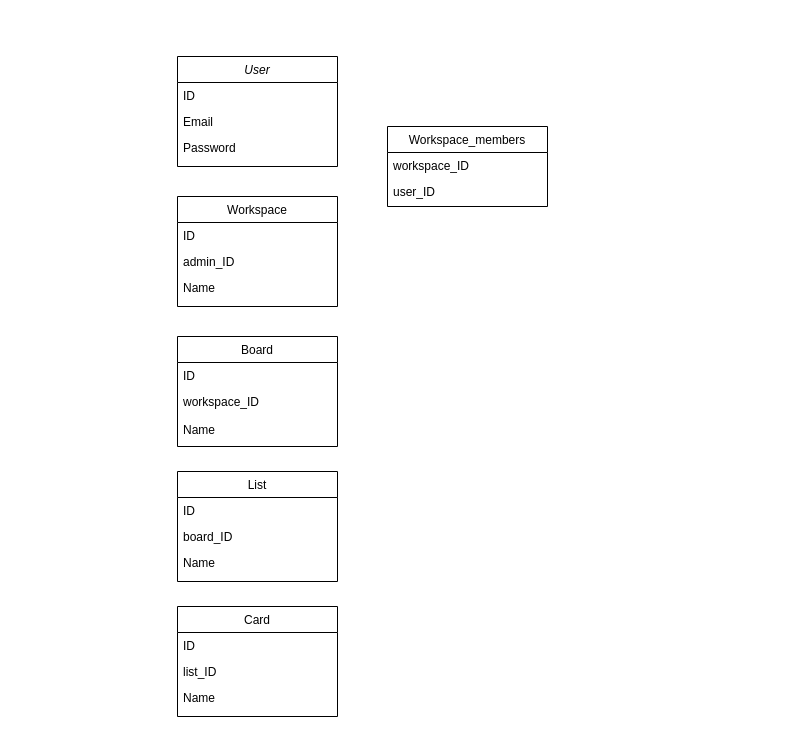
This is Untitled Diagram.drawio from Trello-Foxtrot/Trello_backend, a draw.io file, before an edit. Source tidied: cells renumbered, new cells numbered last; positions are measured from the earlier drawing's top-left corner, leaving out a move shared by most shapes. Both pictures are drawn from the tidied source at 100%, with x=0, y=0 at pixel (177, 56).
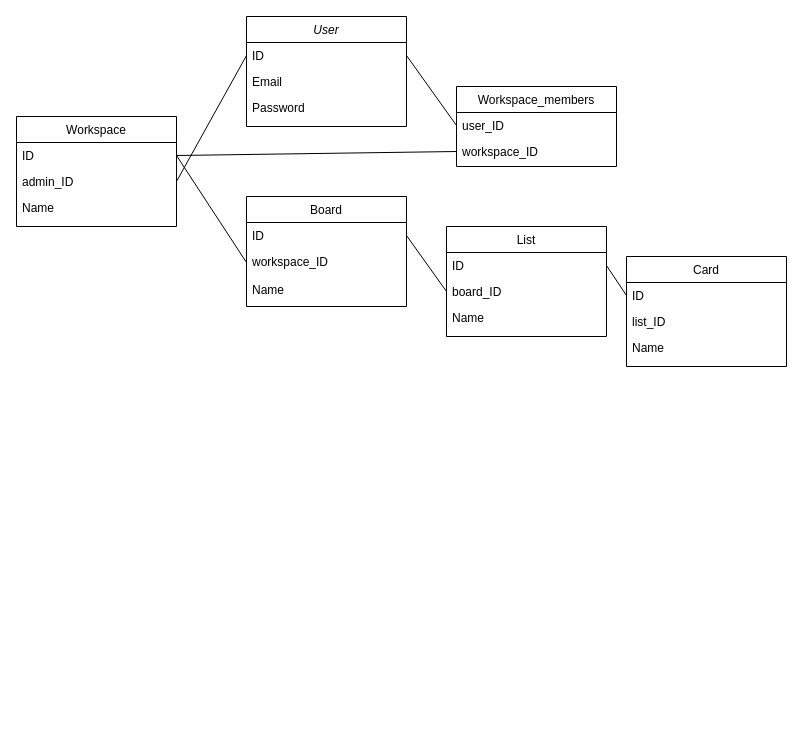
Above is the later version.

The change refers to these unchanged cells:
```xml
<mxCell id="3" value="ID" style="text;align=left;verticalAlign=top;spacingLeft=4;spacingRight=4;overflow=hidden;points=[[0,0.5],[1,0.5]];portConstraint=eastwest;" parent="2" vertex="1">
  <mxGeometry y="26" width="160" height="26" as="geometry" />
</mxCell>
<mxCell id="7" value="ID" style="text;align=left;verticalAlign=top;spacingLeft=4;spacingRight=4;overflow=hidden;points=[[0,0.5],[1,0.5]];portConstraint=eastwest;" parent="6" vertex="1">
  <mxGeometry y="26" width="160" height="26" as="geometry" />
</mxCell>
<mxCell id="8" value="admin_ID" style="text;align=left;verticalAlign=top;spacingLeft=4;spacingRight=4;overflow=hidden;points=[[0,0.5],[1,0.5]];portConstraint=eastwest;rounded=0;shadow=0;html=0;" parent="6" vertex="1">
  <mxGeometry y="52" width="160" height="26" as="geometry" />
</mxCell>
<mxCell id="11" value="ID" style="text;align=left;verticalAlign=top;spacingLeft=4;spacingRight=4;overflow=hidden;points=[[0,0.5],[1,0.5]];portConstraint=eastwest;" parent="10" vertex="1">
  <mxGeometry y="26" width="160" height="26" as="geometry" />
</mxCell>
<mxCell id="12" value="workspace_ID" style="text;align=left;verticalAlign=top;spacingLeft=4;spacingRight=4;overflow=hidden;points=[[0,0.5],[1,0.5]];portConstraint=eastwest;rounded=0;shadow=0;html=0;" parent="10" vertex="1">
  <mxGeometry y="52" width="160" height="28" as="geometry" />
</mxCell>
<mxCell id="15" value="ID" style="text;align=left;verticalAlign=top;spacingLeft=4;spacingRight=4;overflow=hidden;points=[[0,0.5],[1,0.5]];portConstraint=eastwest;" parent="14" vertex="1">
  <mxGeometry y="26" width="160" height="26" as="geometry" />
</mxCell>
<mxCell id="16" value="board_ID" style="text;align=left;verticalAlign=top;spacingLeft=4;spacingRight=4;overflow=hidden;points=[[0,0.5],[1,0.5]];portConstraint=eastwest;rounded=0;shadow=0;html=0;" parent="14" vertex="1">
  <mxGeometry y="52" width="160" height="26" as="geometry" />
</mxCell>
<mxCell id="19" value="ID" style="text;align=left;verticalAlign=top;spacingLeft=4;spacingRight=4;overflow=hidden;points=[[0,0.5],[1,0.5]];portConstraint=eastwest;" parent="18" vertex="1">
  <mxGeometry y="26" width="160" height="26" as="geometry" />
</mxCell>
```

Change to the diagram source:
```diff
@@
     <mxCell id="2" value="User" style="swimlane;fontStyle=2;align=center;verticalAlign=top;horizontal=1;startSize=26;rounded=0;shadow=0;strokeWidth=1;" parent="1" vertex="1">
-      <mxGeometry width="160" height="110" as="geometry" />
+      <mxGeometry x="69" y="-40" width="160" height="110" as="geometry" />
     </mxCell>
@@
     <mxCell id="6" value="Workspace" style="swimlane;fontStyle=0;align=center;verticalAlign=top;horizontal=1;startSize=26;rounded=0;shadow=0;strokeWidth=1;" parent="1" vertex="1">
-      <mxGeometry y="140" width="160" height="110" as="geometry" />
+      <mxGeometry x="-161" y="60" width="160" height="110" as="geometry" />
     </mxCell>
@@
     <mxCell id="10" value="Board" style="swimlane;fontStyle=0;align=center;verticalAlign=top;horizontal=1;startSize=26;rounded=0;shadow=0;strokeWidth=1;" parent="1" vertex="1">
-      <mxGeometry y="280" width="160" height="110" as="geometry" />
+      <mxGeometry x="69" y="140" width="160" height="110" as="geometry" />
     </mxCell>
@@
     <mxCell id="14" value="List" style="swimlane;fontStyle=0;align=center;verticalAlign=top;horizontal=1;startSize=26;rounded=0;shadow=0;strokeWidth=1;" parent="1" vertex="1">
-      <mxGeometry y="415" width="160" height="110" as="geometry" />
+      <mxGeometry x="269" y="170" width="160" height="110" as="geometry" />
     </mxCell>
@@
     <mxCell id="18" value="Card" style="swimlane;fontStyle=0;align=center;verticalAlign=top;horizontal=1;startSize=26;rounded=0;shadow=0;strokeWidth=1;" parent="1" vertex="1">
-      <mxGeometry y="550" width="160" height="110" as="geometry" />
+      <mxGeometry x="449" y="200" width="160" height="110" as="geometry" />
     </mxCell>
@@
     <mxCell id="22" value="Workspace_members" style="swimlane;fontStyle=0;align=center;verticalAlign=top;horizontal=1;startSize=26;rounded=0;shadow=0;strokeWidth=1;" parent="1" vertex="1">
-      <mxGeometry x="210" y="70" width="160" height="80" as="geometry" />
+      <mxGeometry x="279" y="30" width="160" height="80" as="geometry" />
     </mxCell>
+    <mxCell id="24" value="user_ID" style="text;align=left;verticalAlign=top;spacingLeft=4;spacingRight=4;overflow=hidden;points=[[0,0.5],[1,0.5]];portConstraint=eastwest;" parent="22" vertex="1">
+      <mxGeometry y="26" width="160" height="26" as="geometry" />
+    </mxCell>
     <mxCell id="23" value="workspace_ID" style="text;align=left;verticalAlign=top;spacingLeft=4;spacingRight=4;overflow=hidden;points=[[0,0.5],[1,0.5]];portConstraint=eastwest;rounded=0;shadow=0;html=0;" parent="22" vertex="1">
-      <mxGeometry y="26" width="160" height="26" as="geometry" />
+      <mxGeometry y="52" width="160" height="26" as="geometry" />
     </mxCell>
-    <mxCell id="24" value="user_ID" style="text;align=left;verticalAlign=top;spacingLeft=4;spacingRight=4;overflow=hidden;points=[[0,0.5],[1,0.5]];portConstraint=eastwest;" parent="22" vertex="1">
-      <mxGeometry y="52" width="160" height="26" as="geometry" />
-    </mxCell>
+    <mxCell id="25" style="endArrow=none;html=1;entryX=0;entryY=0.5;entryDx=0;entryDy=0;exitX=1;exitY=0.5;exitDx=0;exitDy=0;" parent="1" edge="1" source="7" target="23">
+      <mxGeometry relative="1" as="geometry" />
+    </mxCell>
+    <mxCell id="26" style="endArrow=none;html=1;entryX=0;entryY=0.5;entryDx=0;entryDy=0;exitX=1;exitY=0.5;exitDx=0;exitDy=0;" parent="1" edge="1" source="3" target="24">
+      <mxGeometry relative="1" as="geometry" />
+    </mxCell>
+    <mxCell id="27" style="endArrow=none;html=1;entryX=1;entryY=0.5;entryDx=0;entryDy=0;exitX=0;exitY=0.5;exitDx=0;exitDy=0;" parent="1" edge="1" source="12" target="7">
+      <mxGeometry relative="1" as="geometry" />
+    </mxCell>
+    <mxCell id="28" style="endArrow=none;html=1;entryX=0;entryY=0.5;entryDx=0;entryDy=0;exitX=1;exitY=0.5;exitDx=0;exitDy=0;" parent="1" edge="1" source="8" target="3">
+      <mxGeometry relative="1" as="geometry" />
+    </mxCell>
+    <mxCell id="29" style="endArrow=none;html=1;entryX=1;entryY=0.5;entryDx=0;entryDy=0;exitX=0;exitY=0.5;exitDx=0;exitDy=0;" parent="1" edge="1" source="16" target="11">
+      <mxGeometry relative="1" as="geometry" />
+    </mxCell>
+    <mxCell id="30" style="endArrow=none;html=1;exitX=0;exitY=0.5;exitDx=0;exitDy=0;entryX=1;entryY=0.5;entryDx=0;entryDy=0;" parent="1" edge="1" source="19" target="15">
+      <mxGeometry relative="1" as="geometry" />
+    </mxCell>
```
